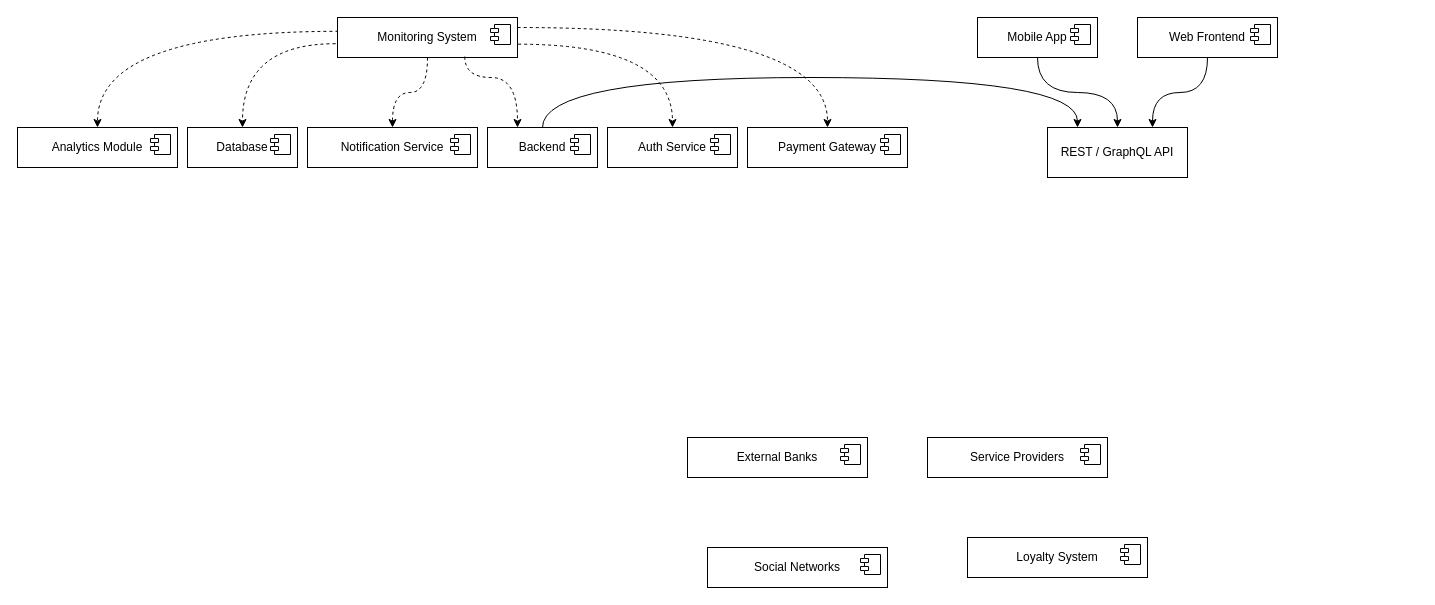
Earlier version of the draw.io diagram practice_module_11_2.drawio (DaRRiKs/practice_module_11_tasks). Source tidied: cells renumbered, new cells numbered last; positions are measured from the earlier drawing's top-left corner, leaving out a move shared by most shapes. Both pictures are drawn from the tidied source at 100%, with x=0, y=0 at pixel (17, 17).
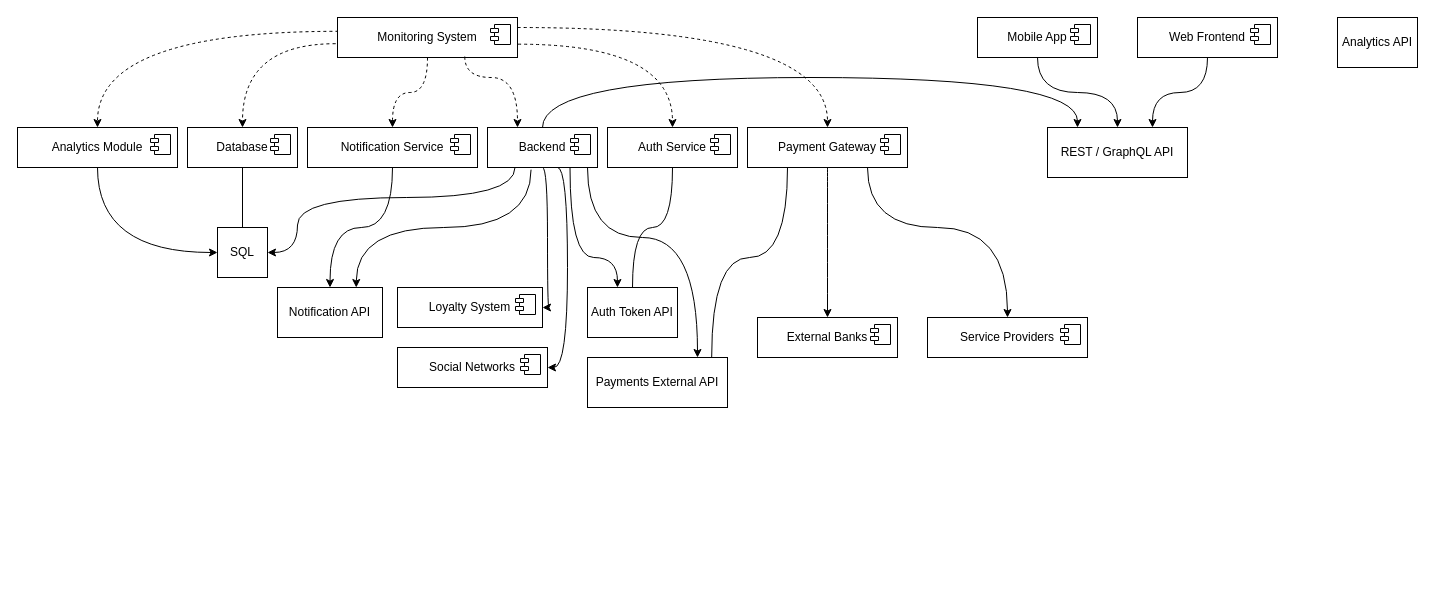
After the change.

The change refers to these unchanged cells:
```xml
<mxCell id="8" value="Auth Service" style="html=1;whiteSpace=wrap;" parent="1" vertex="1">
  <mxGeometry x="590" y="110" width="130" height="40" as="geometry" />
</mxCell>
<mxCell id="13" value="Payment Gateway" style="html=1;whiteSpace=wrap;" parent="1" vertex="1">
  <mxGeometry x="730" y="110" width="160" height="40" as="geometry" />
</mxCell>
<mxCell id="16" value="Backend" style="html=1;whiteSpace=wrap;" parent="1" vertex="1">
  <mxGeometry x="470" y="110" width="110" height="40" as="geometry" />
</mxCell>
<mxCell id="18" value="Notification Service" style="html=1;whiteSpace=wrap;" parent="1" vertex="1">
  <mxGeometry x="290" y="110" width="170" height="40" as="geometry" />
</mxCell>
<mxCell id="20" value="Database" style="html=1;whiteSpace=wrap;" parent="1" vertex="1">
  <mxGeometry x="170" y="110" width="110" height="40" as="geometry" />
</mxCell>
<mxCell id="22" value="Analytics Module" style="html=1;whiteSpace=wrap;" parent="1" vertex="1">
  <mxGeometry y="110" width="160" height="40" as="geometry" />
</mxCell>
```

What changed in the source:
```diff
@@
+    <mxCell id="38" style="edgeStyle=orthogonalEdgeStyle;rounded=0;jettySize=auto;html=1;endArrow=none;endFill=0;curved=1;" parent="1" edge="1" source="8" target="53">
+      <mxGeometry relative="1" as="geometry" />
+    </mxCell>
@@
+    <mxCell id="39" style="edgeStyle=orthogonalEdgeStyle;rounded=0;jettySize=auto;html=1;endArrow=none;endFill=0;curved=1;entryX=0.887;entryY=-0.009;entryDx=0;entryDy=0;entryPerimeter=0;" parent="1" edge="1" source="13" target="54">
+      <mxGeometry relative="1" as="geometry">
+        <Array as="points">
+          <mxPoint x="770" y="240" />
+          <mxPoint x="694" y="240" />
+        </Array>
+      </mxGeometry>
+    </mxCell>
+    <mxCell id="40" style="edgeStyle=orthogonalEdgeStyle;rounded=0;jettySize=auto;html=1;curved=1;" parent="1" edge="1" source="13" target="29">
+      <mxGeometry relative="1" as="geometry" />
+    </mxCell>
+    <mxCell id="41" style="edgeStyle=orthogonalEdgeStyle;rounded=0;jettySize=auto;html=1;curved=1;" parent="1" edge="1" source="13" target="31">
+      <mxGeometry relative="1" as="geometry">
+        <Array as="points">
+          <mxPoint x="850" y="210" />
+          <mxPoint x="990" y="210" />
+        </Array>
+      </mxGeometry>
+    </mxCell>
@@
+    <mxCell id="42" style="edgeStyle=orthogonalEdgeStyle;rounded=0;jettySize=auto;html=1;entryX=1;entryY=0.5;entryDx=0;entryDy=0;curved=1;exitX=0.25;exitY=1;exitDx=0;exitDy=0;" parent="1" edge="1" source="16" target="52">
+      <mxGeometry relative="1" as="geometry">
+        <Array as="points">
+          <mxPoint x="498" y="180" />
+          <mxPoint x="280" y="180" />
+          <mxPoint x="280" y="235" />
+        </Array>
+      </mxGeometry>
+    </mxCell>
+    <mxCell id="43" style="edgeStyle=orthogonalEdgeStyle;rounded=0;jettySize=auto;html=1;entryX=0.75;entryY=0;entryDx=0;entryDy=0;curved=1;exitX=0.396;exitY=1.054;exitDx=0;exitDy=0;exitPerimeter=0;" parent="1" edge="1" source="16" target="55">
+      <mxGeometry relative="1" as="geometry">
+        <Array as="points">
+          <mxPoint x="514" y="210" />
+          <mxPoint x="339" y="210" />
+        </Array>
+      </mxGeometry>
+    </mxCell>
+    <mxCell id="44" style="edgeStyle=orthogonalEdgeStyle;rounded=0;jettySize=auto;html=1;curved=1;exitX=0.5;exitY=1;exitDx=0;exitDy=0;" parent="1" edge="1" source="16" target="35">
+      <mxGeometry relative="1" as="geometry">
+        <Array as="points">
+          <mxPoint x="530" y="150" />
+          <mxPoint x="530" y="290" />
+        </Array>
+      </mxGeometry>
+    </mxCell>
+    <mxCell id="45" style="edgeStyle=orthogonalEdgeStyle;rounded=0;jettySize=auto;html=1;curved=1;exitX=0.635;exitY=0.996;exitDx=0;exitDy=0;exitPerimeter=0;" parent="1" edge="1" source="16" target="33">
+      <mxGeometry relative="1" as="geometry">
+        <Array as="points">
+          <mxPoint x="550" y="150" />
+          <mxPoint x="550" y="350" />
+        </Array>
+      </mxGeometry>
+    </mxCell>
+    <mxCell id="46" style="edgeStyle=orthogonalEdgeStyle;rounded=0;jettySize=auto;html=1;curved=1;exitX=0.75;exitY=1;exitDx=0;exitDy=0;entryX=0.333;entryY=0;entryDx=0;entryDy=0;entryPerimeter=0;" parent="1" edge="1" source="16" target="53">
+      <mxGeometry relative="1" as="geometry">
+        <Array as="points">
+          <mxPoint x="552" y="240" />
+          <mxPoint x="600" y="240" />
+        </Array>
+      </mxGeometry>
+    </mxCell>
+    <mxCell id="47" style="edgeStyle=orthogonalEdgeStyle;rounded=0;jettySize=auto;html=1;curved=1;" parent="1" edge="1" source="16" target="54">
+      <mxGeometry relative="1" as="geometry">
+        <Array as="points">
+          <mxPoint x="570" y="220" />
+          <mxPoint x="680" y="220" />
+        </Array>
+      </mxGeometry>
+    </mxCell>
@@
+    <mxCell id="48" style="edgeStyle=orthogonalEdgeStyle;rounded=0;jettySize=auto;html=1;curved=1;" parent="1" edge="1" source="18" target="55">
+      <mxGeometry relative="1" as="geometry" />
+    </mxCell>
@@
+    <mxCell id="49" style="edgeStyle=orthogonalEdgeStyle;rounded=0;jettySize=auto;html=1;endArrow=none;endFill=0;" parent="1" edge="1" source="20" target="52">
+      <mxGeometry relative="1" as="geometry" />
+    </mxCell>
@@
+    <mxCell id="50" style="edgeStyle=orthogonalEdgeStyle;rounded=0;jettySize=auto;html=1;curved=1;entryX=0;entryY=0.5;entryDx=0;entryDy=0;" parent="1" edge="1" source="22" target="52">
+      <mxGeometry relative="1" as="geometry">
+        <Array as="points">
+          <mxPoint x="80" y="235" />
+        </Array>
+      </mxGeometry>
+    </mxCell>
@@
     <mxCell id="29" value="External Banks" style="html=1;whiteSpace=wrap;" parent="1" vertex="1">
-      <mxGeometry x="670" y="420" width="180" height="40" as="geometry" />
+      <mxGeometry x="740" y="300" width="140" height="40" as="geometry" />
     </mxCell>
@@
     <mxCell id="31" value="Service Providers" style="html=1;whiteSpace=wrap;" parent="1" vertex="1">
-      <mxGeometry x="910" y="420" width="180" height="40" as="geometry" />
+      <mxGeometry x="910" y="300" width="160" height="40" as="geometry" />
     </mxCell>
@@
     <mxCell id="33" value="Social Networks" style="html=1;whiteSpace=wrap;" parent="1" vertex="1">
-      <mxGeometry x="690" y="530" width="180" height="40" as="geometry" />
+      <mxGeometry x="380" y="330" width="150" height="40" as="geometry" />
     </mxCell>
@@
     <mxCell id="35" value="Loyalty System" style="html=1;whiteSpace=wrap;" parent="1" vertex="1">
-      <mxGeometry x="950" y="520" width="180" height="40" as="geometry" />
+      <mxGeometry x="380" y="270" width="145" height="40" as="geometry" />
     </mxCell>
@@
+    <mxCell id="51" value="Analytics API" style="html=1;whiteSpace=wrap;" parent="1" vertex="1">
+      <mxGeometry x="1320" width="80" height="50" as="geometry" />
+    </mxCell>
+    <mxCell id="52" value="SQL" style="html=1;whiteSpace=wrap;" parent="1" vertex="1">
+      <mxGeometry x="200" y="210" width="50" height="50" as="geometry" />
+    </mxCell>
+    <mxCell id="53" value="Auth Token API" style="html=1;whiteSpace=wrap;" parent="1" vertex="1">
+      <mxGeometry x="570" y="270" width="90" height="50" as="geometry" />
+    </mxCell>
+    <mxCell id="54" value="Payments External API" style="html=1;whiteSpace=wrap;" parent="1" vertex="1">
+      <mxGeometry x="570" y="340" width="140" height="50" as="geometry" />
+    </mxCell>
+    <mxCell id="55" value="Notification API" style="html=1;whiteSpace=wrap;" parent="1" vertex="1">
+      <mxGeometry x="260" y="270" width="105" height="50" as="geometry" />
+    </mxCell>
```
